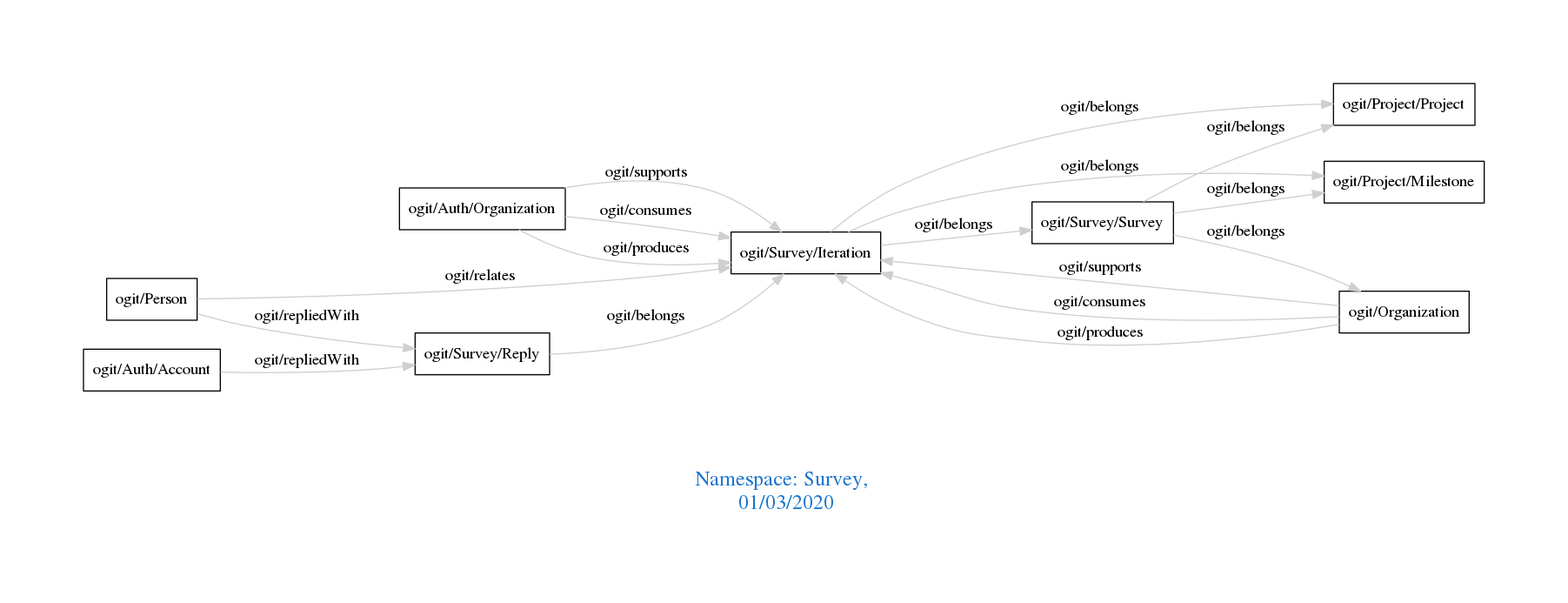
This is downloads/Survey.png from arago/OGIT, a Graphviz export, as it was before one commit. Its source is kept beside it as downloads/Survey.dot.
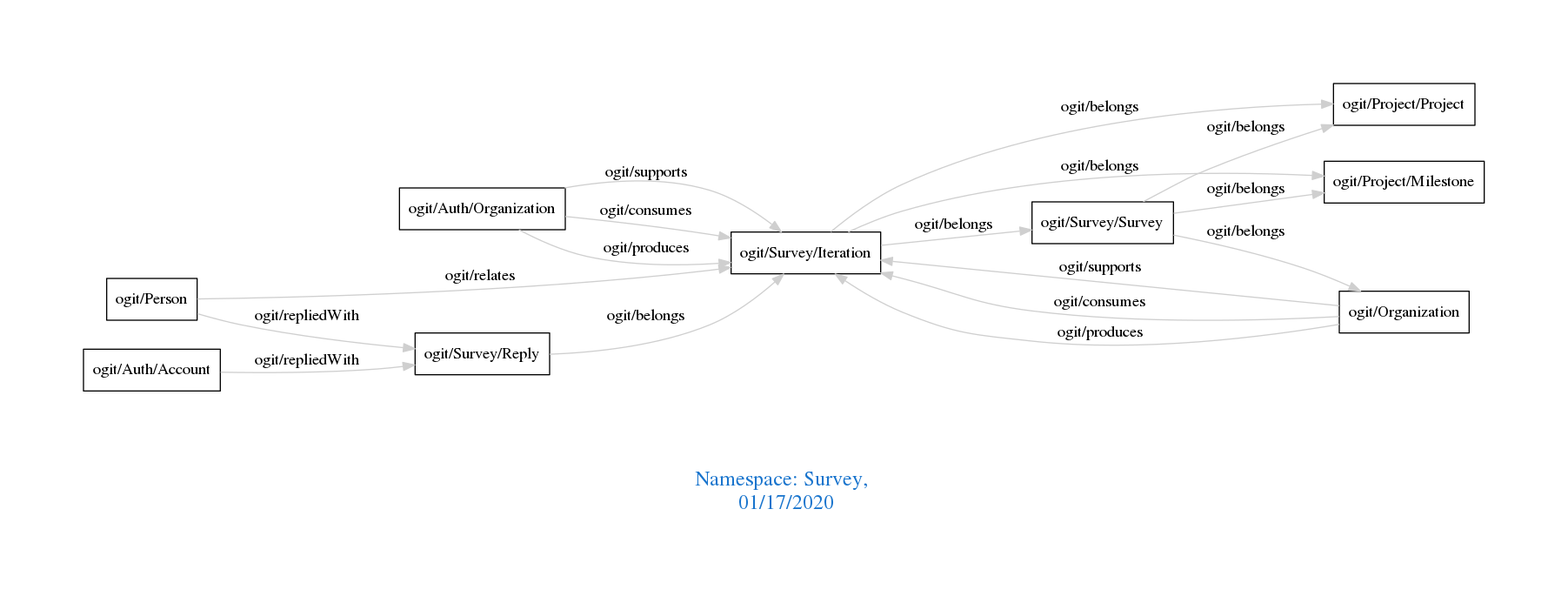
The same diagram one commit later.

Diff of the diagram source:
```diff
@@ -1,7 +1,7 @@
 digraph OGIT_ontology {
  graph [ rankdir= LR,pad=1
 fontsize = 18,
-fontcolor= dodgerblue3,label = "\n\n\nNamespace: Survey, \n 01/03/2020"];
+fontcolor= dodgerblue3,label = "\n\n\nNamespace: Survey, \n 01/17/2020"];
 node[shape=polygon];
 edge [  color="gray81"];
 
```
